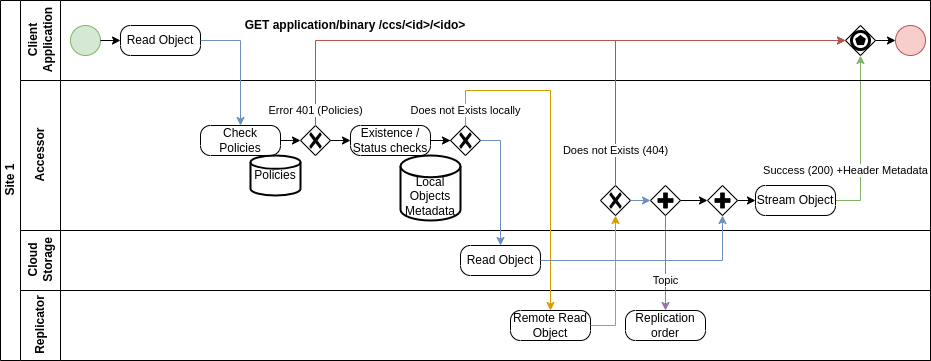
The draw.io diagram ccs-doc/src/source/images/clone-cloud-store-diagram-Accessor-Read.drawio.png in fredericBregier/clone-cloud-store, before a commit. Source tidied: cells renumbered, new cells last; positions are measured from the earlier drawing's top-left corner, leaving out a move shared by most shapes. The source it was exported from:
```xml
<mxGraphModel>
  <root>
    <mxCell id="0" />
    <mxCell id="1" parent="0" />
    <mxCell id="2" value="Site 1" style="swimlane;html=1;horizontal=0;startSize=20;" parent="1" vertex="1">
      <mxGeometry width="930" height="360" as="geometry" />
    </mxCell>
    <mxCell id="3" value="Client&lt;br&gt;Application" style="swimlane;html=1;startSize=40;horizontal=0;align=center;" parent="2" vertex="1">
      <mxGeometry x="20" width="910" height="80" as="geometry" />
    </mxCell>
    <mxCell id="4" style="points=[[0.145,0.145,0],[0.5,0,0],[0.855,0.145,0],[1,0.5,0],[0.855,0.855,0],[0.5,1,0],[0.145,0.855,0],[0,0.5,0]];shape=mxgraph.bpmn.event;html=1;verticalLabelPosition=bottom;labelBackgroundColor=#ffffff;verticalAlign=top;align=center;perimeter=ellipsePerimeter;outlineConnect=0;outline=standard;symbol=general;fillColor=#d5e8d4;strokeColor=#82b366;" parent="3" vertex="1">
      <mxGeometry x="50" y="25" width="30" height="30" as="geometry" />
    </mxCell>
    <mxCell id="5" value="Read Object" style="points=[[0.25,0,0],[0.5,0,0],[0.75,0,0],[1,0.25,0],[1,0.5,0],[1,0.75,0],[0.75,1,0],[0.5,1,0],[0.25,1,0],[0,0.75,0],[0,0.5,0],[0,0.25,0]];shape=mxgraph.bpmn.task;whiteSpace=wrap;rectStyle=rounded;size=10;html=1;taskMarker=abstract;" parent="3" vertex="1">
      <mxGeometry x="100" y="25" width="80" height="30" as="geometry" />
    </mxCell>
    <mxCell id="6" style="edgeStyle=orthogonalEdgeStyle;rounded=0;jettySize=auto;html=1;exitX=1;exitY=0.5;exitDx=0;exitDy=0;exitPerimeter=0;entryX=0;entryY=0.5;entryDx=0;entryDy=0;entryPerimeter=0;" parent="3" edge="1" source="4" target="5">
      <mxGeometry relative="1" as="geometry" />
    </mxCell>
    <mxCell id="7" style="points=[[0.25,0.25,0],[0.5,0,0],[0.75,0.25,0],[1,0.5,0],[0.75,0.75,0],[0.5,1,0],[0.25,0.75,0],[0,0.5,0]];shape=mxgraph.bpmn.gateway2;html=1;verticalLabelPosition=bottom;labelBackgroundColor=#ffffff;verticalAlign=top;align=center;perimeter=rhombusPerimeter;outlineConnect=0;outline=end;symbol=multiple;" parent="3" vertex="1">
      <mxGeometry x="825" y="25" width="30" height="30" as="geometry" />
    </mxCell>
    <mxCell id="8" style="points=[[0.145,0.145,0],[0.5,0,0],[0.855,0.145,0],[1,0.5,0],[0.855,0.855,0],[0.5,1,0],[0.145,0.855,0],[0,0.5,0]];shape=mxgraph.bpmn.event;html=1;verticalLabelPosition=bottom;labelBackgroundColor=#ffffff;verticalAlign=top;align=center;perimeter=ellipsePerimeter;outlineConnect=0;outline=standard;symbol=general;fillColor=#f8cecc;strokeColor=#b85450;" parent="3" vertex="1">
      <mxGeometry x="875" y="25" width="30" height="30" as="geometry" />
    </mxCell>
    <mxCell id="9" style="edgeStyle=orthogonalEdgeStyle;rounded=0;jettySize=auto;html=1;exitX=1;exitY=0.5;exitDx=0;exitDy=0;exitPerimeter=0;entryX=0;entryY=0.5;entryDx=0;entryDy=0;entryPerimeter=0;" parent="3" edge="1" source="7" target="8">
      <mxGeometry relative="1" as="geometry" />
    </mxCell>
    <mxCell id="10" value="Success (200) +Header Metadata" style="edgeStyle=orthogonalEdgeStyle;rounded=0;jettySize=auto;html=1;exitX=1;exitY=0.5;exitDx=0;exitDy=0;exitPerimeter=0;entryX=0.5;entryY=1;entryDx=0;entryDy=0;entryPerimeter=0;fillColor=#d5e8d4;strokeColor=#82b366;" parent="2" edge="1" source="23" target="7">
      <mxGeometry x="-0.35" y="15" relative="1" as="geometry" />
    </mxCell>
    <mxCell id="11" value="Topic" style="edgeStyle=orthogonalEdgeStyle;rounded=0;jettySize=auto;html=1;entryX=0.5;entryY=0;entryDx=0;entryDy=0;entryPerimeter=0;fillColor=#e1d5e7;strokeColor=#9673a6;exitX=0.5;exitY=1;exitDx=0;exitDy=0;exitPerimeter=0;" parent="2" edge="1" source="25" target="33">
      <mxGeometry x="0.37" relative="1" as="geometry" />
    </mxCell>
    <mxCell id="12" value="Accessor" style="swimlane;html=1;startSize=40;horizontal=0;" parent="2" vertex="1">
      <mxGeometry x="20" y="80" width="910" height="150" as="geometry" />
    </mxCell>
    <mxCell id="13" value="Check Policies" style="points=[[0.25,0,0],[0.5,0,0],[0.75,0,0],[1,0.25,0],[1,0.5,0],[1,0.75,0],[0.75,1,0],[0.5,1,0],[0.25,1,0],[0,0.75,0],[0,0.5,0],[0,0.25,0]];shape=mxgraph.bpmn.task;whiteSpace=wrap;rectStyle=rounded;size=10;html=1;taskMarker=abstract;" parent="12" vertex="1">
      <mxGeometry x="180" y="45" width="80" height="30" as="geometry" />
    </mxCell>
    <mxCell id="14" style="points=[[0.25,0.25,0],[0.5,0,0],[0.75,0.25,0],[1,0.5,0],[0.75,0.75,0],[0.5,1,0],[0.25,0.75,0],[0,0.5,0]];shape=mxgraph.bpmn.gateway2;html=1;verticalLabelPosition=bottom;labelBackgroundColor=#ffffff;verticalAlign=top;align=center;perimeter=rhombusPerimeter;outlineConnect=0;outline=none;symbol=none;gwType=exclusive;" parent="12" vertex="1">
      <mxGeometry x="280" y="45" width="30" height="30" as="geometry" />
    </mxCell>
    <mxCell id="15" style="edgeStyle=orthogonalEdgeStyle;rounded=0;jettySize=auto;html=1;exitX=1;exitY=0.5;exitDx=0;exitDy=0;exitPerimeter=0;entryX=0;entryY=0.5;entryDx=0;entryDy=0;entryPerimeter=0;" parent="12" edge="1" source="13" target="14">
      <mxGeometry relative="1" as="geometry" />
    </mxCell>
    <mxCell id="16" style="edgeStyle=orthogonalEdgeStyle;rounded=0;jettySize=auto;html=1;exitX=1;exitY=0.5;exitDx=0;exitDy=0;exitPerimeter=0;" parent="12" edge="1" source="17" target="19">
      <mxGeometry relative="1" as="geometry" />
    </mxCell>
    <mxCell id="17" value="Existence / Status checks" style="points=[[0.25,0,0],[0.5,0,0],[0.75,0,0],[1,0.25,0],[1,0.5,0],[1,0.75,0],[0.75,1,0],[0.5,1,0],[0.25,1,0],[0,0.75,0],[0,0.5,0],[0,0.25,0]];shape=mxgraph.bpmn.task;whiteSpace=wrap;rectStyle=rounded;size=10;html=1;taskMarker=abstract;" parent="12" vertex="1">
      <mxGeometry x="330" y="45" width="80" height="30" as="geometry" />
    </mxCell>
    <mxCell id="18" style="edgeStyle=orthogonalEdgeStyle;rounded=0;jettySize=auto;html=1;exitX=1;exitY=0.5;exitDx=0;exitDy=0;exitPerimeter=0;entryX=0;entryY=0.5;entryDx=0;entryDy=0;entryPerimeter=0;" parent="12" edge="1" source="14" target="17">
      <mxGeometry relative="1" as="geometry" />
    </mxCell>
    <mxCell id="19" style="points=[[0.25,0.25,0],[0.5,0,0],[0.75,0.25,0],[1,0.5,0],[0.75,0.75,0],[0.5,1,0],[0.25,0.75,0],[0,0.5,0]];shape=mxgraph.bpmn.gateway2;html=1;verticalLabelPosition=bottom;labelBackgroundColor=#ffffff;verticalAlign=top;align=center;perimeter=rhombusPerimeter;outlineConnect=0;outline=none;symbol=none;gwType=exclusive;" parent="12" vertex="1">
      <mxGeometry x="430" y="45" width="30" height="30" as="geometry" />
    </mxCell>
    <mxCell id="20" style="points=[[0.25,0.25,0],[0.5,0,0],[0.75,0.25,0],[1,0.5,0],[0.75,0.75,0],[0.5,1,0],[0.25,0.75,0],[0,0.5,0]];shape=mxgraph.bpmn.gateway2;html=1;verticalLabelPosition=bottom;labelBackgroundColor=#ffffff;verticalAlign=top;align=center;perimeter=rhombusPerimeter;outlineConnect=0;outline=none;symbol=none;gwType=exclusive;" parent="12" vertex="1">
      <mxGeometry x="580" y="105" width="30" height="30" as="geometry" />
    </mxCell>
    <mxCell id="21" value="Policies" style="strokeWidth=2;html=1;shape=mxgraph.flowchart.database;whiteSpace=wrap;" parent="12" vertex="1">
      <mxGeometry x="230" y="75" width="50" height="40" as="geometry" />
    </mxCell>
    <mxCell id="22" value="Local Objects Metadata" style="strokeWidth=2;html=1;shape=mxgraph.flowchart.database;whiteSpace=wrap;verticalAlign=bottom;" parent="12" vertex="1">
      <mxGeometry x="380" y="75" width="60" height="65" as="geometry" />
    </mxCell>
    <mxCell id="23" value="Stream Object" style="points=[[0.25,0,0],[0.5,0,0],[0.75,0,0],[1,0.25,0],[1,0.5,0],[1,0.75,0],[0.75,1,0],[0.5,1,0],[0.25,1,0],[0,0.75,0],[0,0.5,0],[0,0.25,0]];shape=mxgraph.bpmn.task;whiteSpace=wrap;rectStyle=rounded;size=10;html=1;taskMarker=abstract;" parent="12" vertex="1">
      <mxGeometry x="735" y="105" width="80" height="30" as="geometry" />
    </mxCell>
    <mxCell id="24" style="edgeStyle=orthogonalEdgeStyle;rounded=0;jettySize=auto;html=1;exitX=1;exitY=0.5;exitDx=0;exitDy=0;exitPerimeter=0;entryX=0;entryY=0.5;entryDx=0;entryDy=0;entryPerimeter=0;fillColor=#dae8fc;strokeColor=#6c8ebf;" parent="12" edge="1" source="20" target="25">
      <mxGeometry relative="1" as="geometry" />
    </mxCell>
    <mxCell id="25" style="points=[[0.25,0.25,0],[0.5,0,0],[0.75,0.25,0],[1,0.5,0],[0.75,0.75,0],[0.5,1,0],[0.25,0.75,0],[0,0.5,0]];shape=mxgraph.bpmn.gateway2;html=1;verticalLabelPosition=bottom;labelBackgroundColor=#ffffff;verticalAlign=top;align=center;perimeter=rhombusPerimeter;outlineConnect=0;outline=none;symbol=none;gwType=parallel;" parent="12" vertex="1">
      <mxGeometry x="630" y="105" width="30" height="30" as="geometry" />
    </mxCell>
    <mxCell id="26" style="edgeStyle=orthogonalEdgeStyle;rounded=0;jettySize=auto;html=1;exitX=1;exitY=0.5;exitDx=0;exitDy=0;exitPerimeter=0;entryX=0;entryY=0.5;entryDx=0;entryDy=0;entryPerimeter=0;" parent="12" edge="1" source="25" target="27">
      <mxGeometry relative="1" as="geometry" />
    </mxCell>
    <mxCell id="27" style="points=[[0.25,0.25,0],[0.5,0,0],[0.75,0.25,0],[1,0.5,0],[0.75,0.75,0],[0.5,1,0],[0.25,0.75,0],[0,0.5,0]];shape=mxgraph.bpmn.gateway2;html=1;verticalLabelPosition=bottom;labelBackgroundColor=#ffffff;verticalAlign=top;align=center;perimeter=rhombusPerimeter;outlineConnect=0;outline=none;symbol=none;gwType=parallel;" parent="12" vertex="1">
      <mxGeometry x="687" y="105" width="30" height="30" as="geometry" />
    </mxCell>
    <mxCell id="28" style="edgeStyle=orthogonalEdgeStyle;rounded=0;jettySize=auto;html=1;exitX=1;exitY=0.5;exitDx=0;exitDy=0;exitPerimeter=0;entryX=0;entryY=0.5;entryDx=0;entryDy=0;entryPerimeter=0;" parent="12" edge="1" source="27" target="23">
      <mxGeometry relative="1" as="geometry" />
    </mxCell>
    <mxCell id="29" value="Cloud&lt;br&gt;Storage" style="swimlane;html=1;startSize=40;horizontal=0;" parent="2" vertex="1">
      <mxGeometry x="20" y="230" width="910" height="60" as="geometry" />
    </mxCell>
    <mxCell id="30" value="Read Object" style="points=[[0.25,0,0],[0.5,0,0],[0.75,0,0],[1,0.25,0],[1,0.5,0],[1,0.75,0],[0.75,1,0],[0.5,1,0],[0.25,1,0],[0,0.75,0],[0,0.5,0],[0,0.25,0]];shape=mxgraph.bpmn.task;whiteSpace=wrap;rectStyle=rounded;size=10;html=1;taskMarker=abstract;" parent="29" vertex="1">
      <mxGeometry x="440" y="15" width="80" height="30" as="geometry" />
    </mxCell>
    <mxCell id="31" value="Replicator" style="swimlane;html=1;startSize=40;horizontal=0;" parent="2" vertex="1">
      <mxGeometry x="20" y="290" width="910" height="70" as="geometry" />
    </mxCell>
    <mxCell id="32" value="Remote Read Object" style="points=[[0.25,0,0],[0.5,0,0],[0.75,0,0],[1,0.25,0],[1,0.5,0],[1,0.75,0],[0.75,1,0],[0.5,1,0],[0.25,1,0],[0,0.75,0],[0,0.5,0],[0,0.25,0]];shape=mxgraph.bpmn.task;whiteSpace=wrap;rectStyle=rounded;size=10;html=1;taskMarker=abstract;" parent="31" vertex="1">
      <mxGeometry x="490" y="20" width="80" height="30" as="geometry" />
    </mxCell>
    <mxCell id="33" value="Replication order" style="points=[[0.25,0,0],[0.5,0,0],[0.75,0,0],[1,0.25,0],[1,0.5,0],[1,0.75,0],[0.75,1,0],[0.5,1,0],[0.25,1,0],[0,0.75,0],[0,0.5,0],[0,0.25,0]];shape=mxgraph.bpmn.task;whiteSpace=wrap;rectStyle=rounded;size=10;html=1;taskMarker=abstract;" parent="31" vertex="1">
      <mxGeometry x="605" y="20" width="80" height="30" as="geometry" />
    </mxCell>
    <mxCell id="34" style="edgeStyle=orthogonalEdgeStyle;rounded=0;jettySize=auto;html=1;exitX=1;exitY=0.5;exitDx=0;exitDy=0;exitPerimeter=0;entryX=0.5;entryY=0;entryDx=0;entryDy=0;entryPerimeter=0;fillColor=#dae8fc;strokeColor=#6c8ebf;" parent="2" edge="1" source="5" target="13">
      <mxGeometry relative="1" as="geometry" />
    </mxCell>
    <mxCell id="35" value="Error 401 (Policies)" style="edgeStyle=orthogonalEdgeStyle;rounded=0;jettySize=auto;html=1;exitX=0.5;exitY=0;exitDx=0;exitDy=0;exitPerimeter=0;entryX=0;entryY=0.5;entryDx=0;entryDy=0;entryPerimeter=0;fillColor=#f8cecc;strokeColor=#b85450;" parent="2" edge="1" source="14" target="7">
      <mxGeometry x="-0.95" relative="1" as="geometry" />
    </mxCell>
    <mxCell id="36" style="edgeStyle=orthogonalEdgeStyle;rounded=0;jettySize=auto;html=1;exitX=1;exitY=0.5;exitDx=0;exitDy=0;exitPerimeter=0;entryX=0.5;entryY=0;entryDx=0;entryDy=0;entryPerimeter=0;fillColor=#dae8fc;strokeColor=#6c8ebf;" parent="2" edge="1" source="19" target="30">
      <mxGeometry relative="1" as="geometry" />
    </mxCell>
    <mxCell id="37" value="Does not Exists locally" style="edgeStyle=orthogonalEdgeStyle;rounded=0;jettySize=auto;html=1;exitX=0.5;exitY=0;exitDx=0;exitDy=0;exitPerimeter=0;fillColor=#ffe6cc;strokeColor=#d79b00;" parent="2" edge="1" source="19" target="32">
      <mxGeometry x="-0.91" relative="1" as="geometry">
        <Array as="points">
          <mxPoint x="465" y="90" />
          <mxPoint x="550" y="90" />
        </Array>
      </mxGeometry>
    </mxCell>
    <mxCell id="38" style="edgeStyle=orthogonalEdgeStyle;rounded=0;jettySize=auto;html=1;entryX=0.5;entryY=1;entryDx=0;entryDy=0;entryPerimeter=0;exitX=1;exitY=0.5;exitDx=0;exitDy=0;exitPerimeter=0;fillColor=#ffe6cc;strokeColor=#d79b00;" parent="2" edge="1" source="32" target="20">
      <mxGeometry relative="1" as="geometry" />
    </mxCell>
    <mxCell id="39" value="Does not Exists (404)" style="edgeStyle=orthogonalEdgeStyle;rounded=0;jettySize=auto;html=1;exitX=0.5;exitY=0;exitDx=0;exitDy=0;exitPerimeter=0;entryX=0;entryY=0.5;entryDx=0;entryDy=0;entryPerimeter=0;fillColor=#f8cecc;strokeColor=#b85450;" parent="2" edge="1" source="20" target="7">
      <mxGeometry x="-0.81" relative="1" as="geometry" />
    </mxCell>
    <mxCell id="40" style="edgeStyle=orthogonalEdgeStyle;rounded=0;jettySize=auto;html=1;exitX=1;exitY=0.5;exitDx=0;exitDy=0;exitPerimeter=0;entryX=0.5;entryY=1;entryDx=0;entryDy=0;entryPerimeter=0;fillColor=#dae8fc;strokeColor=#6c8ebf;" parent="2" edge="1" source="30" target="27">
      <mxGeometry relative="1" as="geometry" />
    </mxCell>
    <mxCell id="41" value="GET application/binary /ccs/&amp;lt;id&amp;gt;/&amp;lt;ido&amp;gt;" style="text;html=1;strokeColor=none;fillColor=none;align=center;verticalAlign=middle;whiteSpace=wrap;rounded=0;fontStyle=1;" parent="1" vertex="1">
      <mxGeometry x="200" y="10" width="310" height="30" as="geometry" />
    </mxCell>
  </root>
</mxGraphModel>
```
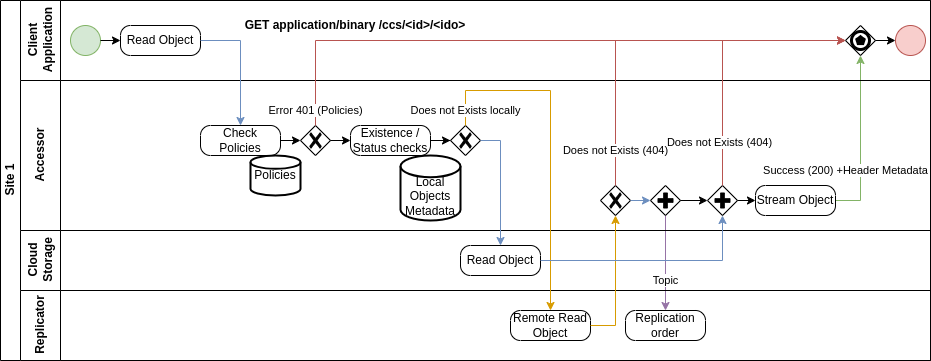
After the change.

Diff of the diagram source:
```diff
@@ -124,6 +124,12 @@
     <mxCell id="40" style="edgeStyle=orthogonalEdgeStyle;rounded=0;jettySize=auto;html=1;exitX=1;exitY=0.5;exitDx=0;exitDy=0;exitPerimeter=0;entryX=0.5;entryY=1;entryDx=0;entryDy=0;entryPerimeter=0;fillColor=#dae8fc;strokeColor=#6c8ebf;" parent="2" edge="1" source="30" target="27">
       <mxGeometry relative="1" as="geometry" />
     </mxCell>
+    <mxCell id="42" style="edgeStyle=orthogonalEdgeStyle;rounded=0;jettySize=auto;html=1;exitX=0.5;exitY=0;exitDx=0;exitDy=0;exitPerimeter=0;entryX=0;entryY=0.5;entryDx=0;entryDy=0;entryPerimeter=0;fillColor=#f8cecc;strokeColor=#b85450;" parent="2" edge="1" source="27" target="7">
+      <mxGeometry relative="1" as="geometry" />
+    </mxCell>
+    <mxCell id="43" value="Does not Exists (404)" style="edgeLabel;html=1;align=center;verticalAlign=middle;" parent="42" vertex="1">
+      <mxGeometry x="-0.67" y="4" relative="1" as="geometry" />
+    </mxCell>
     <mxCell id="41" value="GET application/binary /ccs/&amp;lt;id&amp;gt;/&amp;lt;ido&amp;gt;" style="text;html=1;strokeColor=none;fillColor=none;align=center;verticalAlign=middle;whiteSpace=wrap;rounded=0;fontStyle=1;" parent="1" vertex="1">
       <mxGeometry x="200" y="10" width="310" height="30" as="geometry" />
     </mxCell>
```
